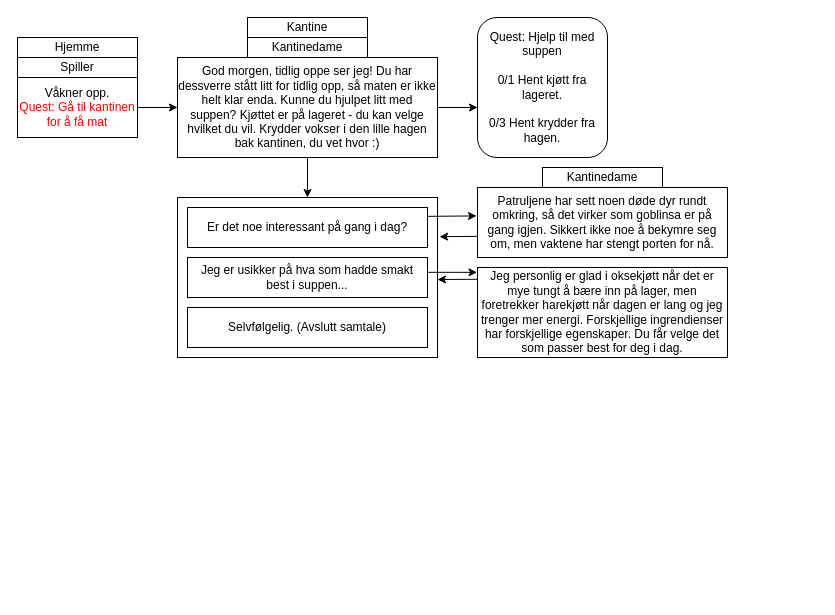
The draw.io diagram Untitled Diagram.drawio in martinka-h/DverglikeQuests, before the edit. Source tidied: cells renumbered, new cells numbered last; positions are measured from the earlier drawing's top-left corner, leaving out a move shared by most shapes. Both pictures are drawn from the tidied source at 100%, with x=0, y=0 at pixel (17, 17).
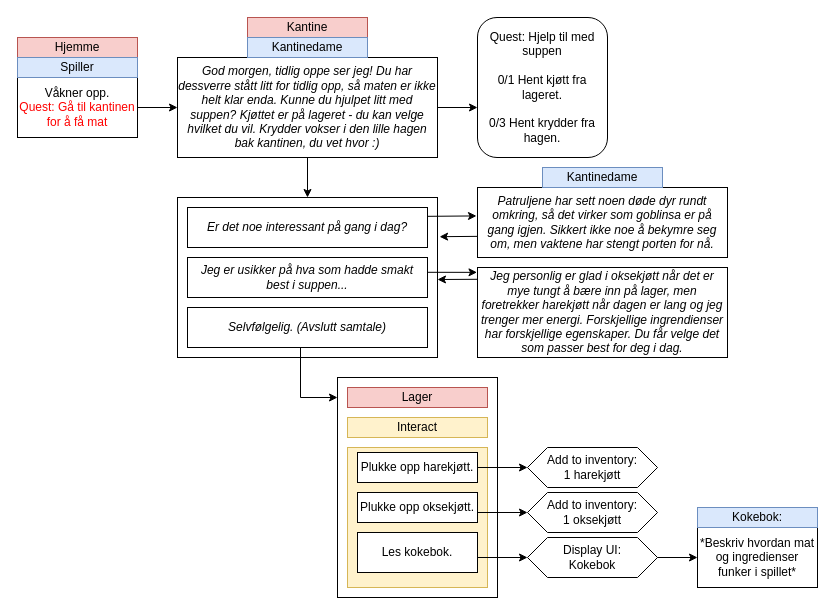
After the change.

Commit message:
Lager interact

Diff of the diagram source:
```diff
@@
-    <mxCell id="4" value="Kantine" style="rounded=0;whiteSpace=wrap;html=1;" parent="1" vertex="1">
+    <mxCell id="4" value="Kantine" style="rounded=0;whiteSpace=wrap;html=1;fillColor=#f8cecc;strokeColor=#b85450;" parent="1" vertex="1">
       <mxGeometry x="230" width="120" height="20" as="geometry" />
     </mxCell>
-    <mxCell id="5" value="Hjemme" style="rounded=0;whiteSpace=wrap;html=1;" parent="1" vertex="1">
+    <mxCell id="5" value="Hjemme" style="rounded=0;whiteSpace=wrap;html=1;fillColor=#f8cecc;strokeColor=#b85450;" parent="1" vertex="1">
       <mxGeometry y="20" width="120" height="20" as="geometry" />
     </mxCell>
-    <mxCell id="6" value="God morgen, tidlig oppe ser jeg! Du har dessverre stått litt for tidlig opp, så maten er ikke helt klar enda. Kunne du hjulpet litt med suppen? Kjøttet er på lageret - du kan velge hvilket du vil. Krydder vokser i den lille hagen bak kantinen, du vet hvor :) " style="rounded=0;whiteSpace=wrap;html=1;" parent="1" vertex="1">
+    <mxCell id="6" value="&lt;i&gt;God morgen, tidlig oppe ser jeg! Du har dessverre stått litt for tidlig opp, så maten er ikke helt klar enda. Kunne du hjulpet litt med suppen? Kjøttet er på lageret - du kan velge hvilket du vil. Krydder vokser i den lille hagen bak kantinen, du vet hvor :) &lt;/i&gt;" style="rounded=0;whiteSpace=wrap;html=1;" parent="1" vertex="1">
       <mxGeometry x="160" y="40" width="260" height="100" as="geometry" />
     </mxCell>
@@
-    <mxCell id="8" value="Kantinedame" style="rounded=0;whiteSpace=wrap;html=1;" parent="1" vertex="1">
+    <mxCell id="8" value="Kantinedame" style="rounded=0;whiteSpace=wrap;html=1;fillColor=#dae8fc;strokeColor=#6c8ebf;" parent="1" vertex="1">
       <mxGeometry x="230" y="20" width="120" height="20" as="geometry" />
     </mxCell>
@@
-    <mxCell id="10" value="Spiller" style="rounded=0;whiteSpace=wrap;html=1;" parent="1" vertex="1">
+    <mxCell id="10" value="Spiller" style="rounded=0;whiteSpace=wrap;html=1;fillColor=#dae8fc;strokeColor=#6c8ebf;" parent="1" vertex="1">
       <mxGeometry y="40" width="120" height="20" as="geometry" />
     </mxCell>
@@
-    <mxCell id="14" value="Selvfølgelig. (Avslutt samtale)" style="rounded=0;whiteSpace=wrap;html=1;" parent="1" vertex="1">
+    <mxCell id="14" value="&lt;i&gt;Selvfølgelig. (Avslutt samtale)&lt;/i&gt;" style="rounded=0;whiteSpace=wrap;html=1;" parent="1" vertex="1">
       <mxGeometry x="170" y="290" width="240" height="40" as="geometry" />
     </mxCell>
-    <mxCell id="15" value="Er det noe interessant på gang i dag?" style="rounded=0;whiteSpace=wrap;html=1;" parent="1" vertex="1">
+    <mxCell id="15" value="&lt;i&gt;Er det noe interessant på gang i dag?&lt;/i&gt;" style="rounded=0;whiteSpace=wrap;html=1;" parent="1" vertex="1">
       <mxGeometry x="170" y="190" width="240" height="40" as="geometry" />
     </mxCell>
@@
-    <mxCell id="17" value="Patruljene har sett noen døde dyr rundt omkring, så det virker som goblinsa er på gang igjen. Sikkert ikke noe å bekymre seg om, men vaktene har stengt porten for nå." style="rounded=0;whiteSpace=wrap;html=1;" parent="1" vertex="1">
+    <mxCell id="17" value="&lt;i&gt;Patruljene har sett noen døde dyr rundt omkring, så det virker som goblinsa er på gang igjen. Sikkert ikke noe å bekymre seg om, men vaktene har stengt porten for nå.&lt;/i&gt;" style="rounded=0;whiteSpace=wrap;html=1;" parent="1" vertex="1">
       <mxGeometry x="460" y="170" width="250" height="70" as="geometry" />
     </mxCell>
@@
+    <mxCell id="24" style="rounded=0;whiteSpace=wrap;html=1;" parent="1" vertex="1">
+      <mxGeometry x="320" y="360" width="160" height="220" as="geometry" />
+    </mxCell>
-    <mxCell id="19" value="Kantinedame" style="rounded=0;whiteSpace=wrap;html=1;" parent="1" vertex="1">
+    <mxCell id="19" value="Kantinedame" style="rounded=0;whiteSpace=wrap;html=1;fillColor=#dae8fc;strokeColor=#6c8ebf;" parent="1" vertex="1">
       <mxGeometry x="525" y="150" width="120" height="20" as="geometry" />
     </mxCell>
-    <mxCell id="20" value="Jeg er usikker på hva som hadde smakt best i suppen..." style="rounded=0;whiteSpace=wrap;html=1;" parent="1" vertex="1">
+    <mxCell id="20" value="&lt;i&gt;Jeg er usikker på hva som hadde smakt best i suppen...&lt;/i&gt;" style="rounded=0;whiteSpace=wrap;html=1;" parent="1" vertex="1">
       <mxGeometry x="170" y="240" width="240" height="40" as="geometry" />
     </mxCell>
+    <mxCell id="25" style="rounded=0;whiteSpace=wrap;html=1;fillColor=#fff2cc;strokeColor=#d6b656;" parent="1" vertex="1">
+      <mxGeometry x="330" y="430" width="140" height="140" as="geometry" />
+    </mxCell>
@@
-    <mxCell id="22" value="Jeg personlig er glad i oksekjøtt når det er mye tungt å bære inn på lager, men foretrekker harekjøtt når dagen er lang og jeg trenger mer energi. Forskjellige ingrendienser har forskjellige egenskaper. Du får velge det som passer best for deg i dag." style="rounded=0;whiteSpace=wrap;html=1;" parent="1" vertex="1">
+    <mxCell id="22" value="&lt;i&gt;Jeg personlig er glad i oksekjøtt når det er mye tungt å bære inn på lager, men foretrekker harekjøtt når dagen er lang og jeg trenger mer energi. Forskjellige ingrendienser har forskjellige egenskaper. Du får velge det som passer best for deg i dag.&lt;/i&gt;" style="rounded=0;whiteSpace=wrap;html=1;" parent="1" vertex="1">
       <mxGeometry x="460" y="250" width="250" height="90" as="geometry" />
     </mxCell>
@@
+    <mxCell id="26" style="endArrow=classic;html=1;rounded=0;" parent="1" edge="1">
+      <mxGeometry relative="1" as="geometry">
+        <mxPoint x="283" y="330" as="sourcePoint" />
+        <mxPoint x="320" y="380" as="targetPoint" />
+        <Array as="points">
+          <mxPoint x="283" y="380" />
+        </Array>
+      </mxGeometry>
+    </mxCell>
+    <mxCell id="27" value="Plukke opp harekjøtt." style="rounded=0;whiteSpace=wrap;html=1;" parent="1" vertex="1">
+      <mxGeometry x="340" y="435" width="120" height="30" as="geometry" />
+    </mxCell>
+    <mxCell id="28" value="Lager" style="rounded=0;whiteSpace=wrap;html=1;fillColor=#f8cecc;strokeColor=#b85450;" parent="1" vertex="1">
+      <mxGeometry x="330" y="370" width="140" height="20" as="geometry" />
+    </mxCell>
+    <mxCell id="29" value="Plukke opp oksekjøtt." style="rounded=0;whiteSpace=wrap;html=1;" parent="1" vertex="1">
+      <mxGeometry x="340" y="475" width="120" height="30" as="geometry" />
+    </mxCell>
+    <mxCell id="30" style="endArrow=classic;html=1;rounded=0;entryX=0;entryY=0.5;entryDx=0;entryDy=0;exitX=1;exitY=0.5;exitDx=0;exitDy=0;" parent="1" edge="1" target="31">
+      <mxGeometry relative="1" as="geometry">
+        <mxPoint x="460" y="450" as="sourcePoint" />
+      </mxGeometry>
+    </mxCell>
+    <mxCell id="31" value="Add to inventory: &lt;br&gt;1 harekjøtt" style="shape=hexagon;perimeter=hexagonPerimeter2;whiteSpace=wrap;html=1;fixedSize=1;" parent="1" vertex="1">
+      <mxGeometry x="510" y="430" width="130" height="40" as="geometry" />
+    </mxCell>
+    <mxCell id="32" value="Add to inventory: &lt;br&gt;1 oksekjøtt" style="shape=hexagon;perimeter=hexagonPerimeter2;whiteSpace=wrap;html=1;fixedSize=1;" parent="1" vertex="1">
+      <mxGeometry x="510" y="475" width="130" height="40" as="geometry" />
+    </mxCell>
+    <mxCell id="33" style="endArrow=classic;html=1;rounded=0;entryX=0;entryY=0.5;entryDx=0;entryDy=0;exitX=1;exitY=0.5;exitDx=0;exitDy=0;" parent="1" edge="1" target="32">
+      <mxGeometry relative="1" as="geometry">
+        <mxPoint x="460" y="495" as="sourcePoint" />
+      </mxGeometry>
+    </mxCell>
+    <mxCell id="34" value="Les kokebok." style="rounded=0;whiteSpace=wrap;html=1;" parent="1" vertex="1">
+      <mxGeometry x="340" y="515" width="120" height="40" as="geometry" />
+    </mxCell>
+    <mxCell id="35" value="Interact" style="rounded=0;whiteSpace=wrap;html=1;fillColor=#fff2cc;strokeColor=#d6b656;" parent="1" vertex="1">
+      <mxGeometry x="330" y="400" width="140" height="20" as="geometry" />
+    </mxCell>
+    <mxCell id="36" style="endArrow=classic;html=1;rounded=0;" parent="1" edge="1">
+      <mxGeometry relative="1" as="geometry">
+        <mxPoint x="460" y="540" as="sourcePoint" />
+        <mxPoint x="510" y="540" as="targetPoint" />
+      </mxGeometry>
+    </mxCell>
+    <mxCell id="37" value="&lt;div&gt;Display UI:&lt;/div&gt;&lt;div&gt;Kokebok&lt;/div&gt;" style="shape=hexagon;perimeter=hexagonPerimeter2;whiteSpace=wrap;html=1;fixedSize=1;" parent="1" vertex="1">
+      <mxGeometry x="510" y="520" width="130" height="40" as="geometry" />
+    </mxCell>
+    <mxCell id="38" style="endArrow=classic;html=1;rounded=0;" parent="1" edge="1">
+      <mxGeometry relative="1" as="geometry">
+        <mxPoint x="640" y="540" as="sourcePoint" />
+        <mxPoint x="680" y="540" as="targetPoint" />
+      </mxGeometry>
+    </mxCell>
+    <mxCell id="39" value="*Beskriv hvordan mat og ingredienser funker i spillet*" style="rounded=0;whiteSpace=wrap;html=1;" parent="1" vertex="1">
+      <mxGeometry x="680" y="510" width="120" height="60" as="geometry" />
+    </mxCell>
+    <mxCell id="40" value="Kokebok:" style="rounded=0;whiteSpace=wrap;html=1;fillColor=#dae8fc;strokeColor=#6c8ebf;" parent="1" vertex="1">
+      <mxGeometry x="680" y="490" width="120" height="20" as="geometry" />
+    </mxCell>
```
